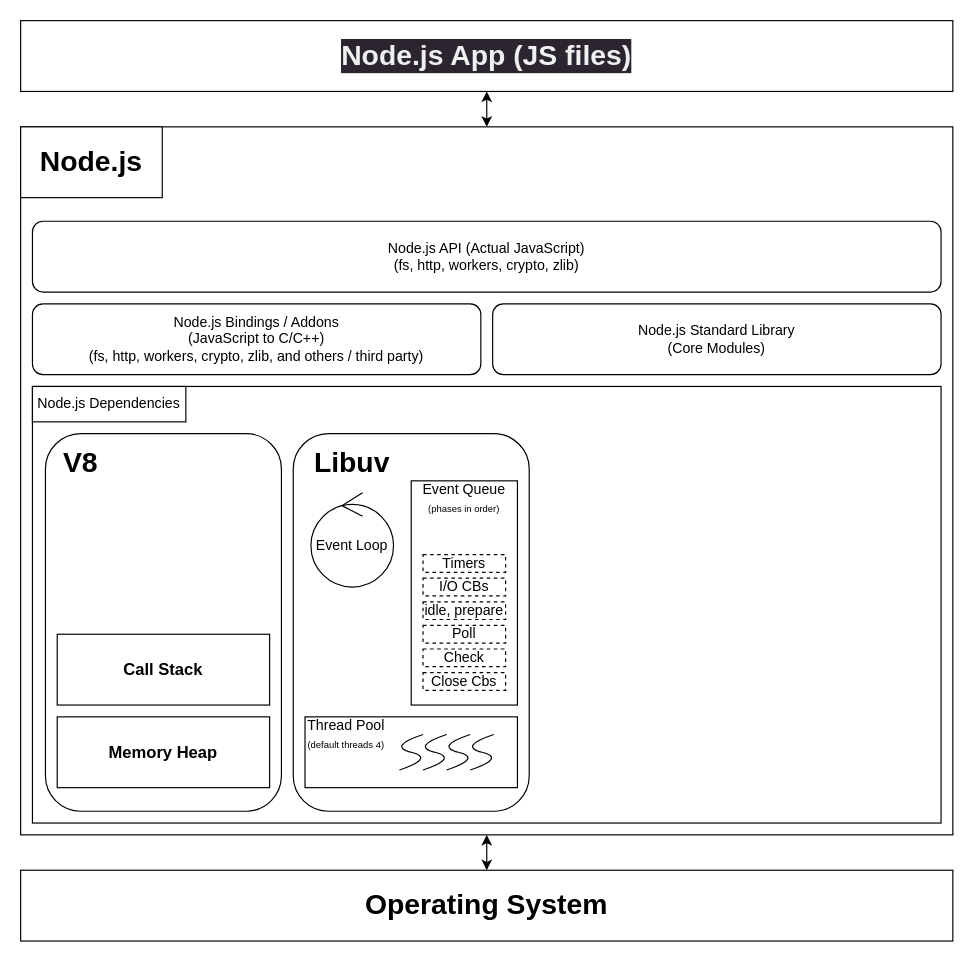
Kevinoob-design/drawio keeps this draw.io diagram as NodeJs.drawio. Above is the earlier version. Source tidied: cells renumbered, new cells numbered last; positions are measured from the earlier drawing's top-left corner, leaving out a move shared by most shapes. Both pictures are drawn from the tidied source at 118%, with x=0, y=0 at pixel (20, 20).
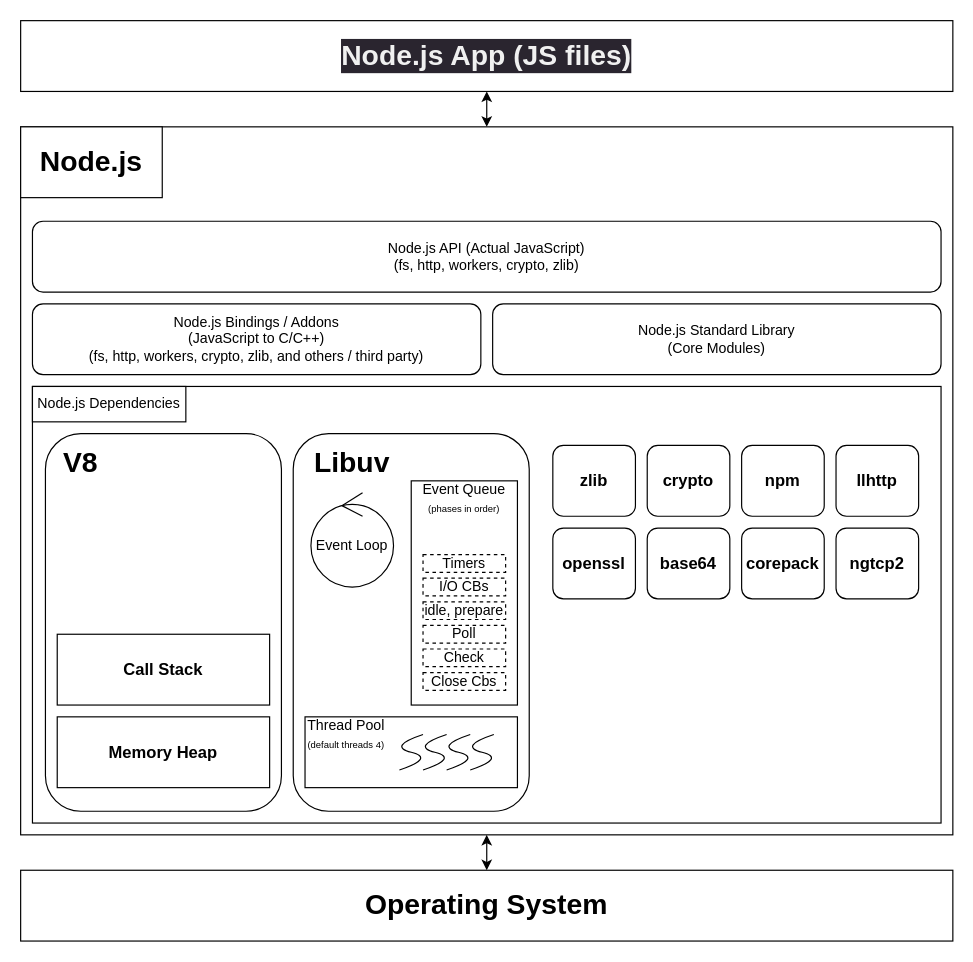
The same page after the edit.

Commit message:
Added other relevant, but not describe dependencies

What changed in the source:
```diff
@@
+    <mxCell id="36" value="&lt;h3&gt;zlib&lt;/h3&gt;" style="rounded=1;whiteSpace=wrap;html=1;" parent="1" vertex="1">
+      <mxGeometry x="451" y="360" width="70" height="60" as="geometry" />
+    </mxCell>
+    <mxCell id="37" value="&lt;h3&gt;crypto&lt;/h3&gt;" style="rounded=1;whiteSpace=wrap;html=1;" parent="1" vertex="1">
+      <mxGeometry x="531" y="360" width="70" height="60" as="geometry" />
+    </mxCell>
+    <mxCell id="38" value="&lt;h3&gt;npm&lt;/h3&gt;" style="rounded=1;whiteSpace=wrap;html=1;" parent="1" vertex="1">
+      <mxGeometry x="611" y="360" width="70" height="60" as="geometry" />
+    </mxCell>
+    <mxCell id="39" value="&lt;h3&gt;llhttp&lt;/h3&gt;" style="rounded=1;whiteSpace=wrap;html=1;" parent="1" vertex="1">
+      <mxGeometry x="691" y="360" width="70" height="60" as="geometry" />
+    </mxCell>
+    <mxCell id="40" value="&lt;h3&gt;openssl&lt;/h3&gt;" style="rounded=1;whiteSpace=wrap;html=1;" parent="1" vertex="1">
+      <mxGeometry x="451" y="430" width="70" height="60" as="geometry" />
+    </mxCell>
+    <mxCell id="41" value="&lt;h3&gt;base64&lt;/h3&gt;" style="rounded=1;whiteSpace=wrap;html=1;" parent="1" vertex="1">
+      <mxGeometry x="531" y="430" width="70" height="60" as="geometry" />
+    </mxCell>
+    <mxCell id="42" value="&lt;h3&gt;corepack&lt;/h3&gt;" style="rounded=1;whiteSpace=wrap;html=1;" parent="1" vertex="1">
+      <mxGeometry x="611" y="430" width="70" height="60" as="geometry" />
+    </mxCell>
+    <mxCell id="43" value="&lt;h3&gt;ngtcp2&lt;/h3&gt;" style="rounded=1;whiteSpace=wrap;html=1;" parent="1" vertex="1">
+      <mxGeometry x="691" y="430" width="70" height="60" as="geometry" />
+    </mxCell>
```
